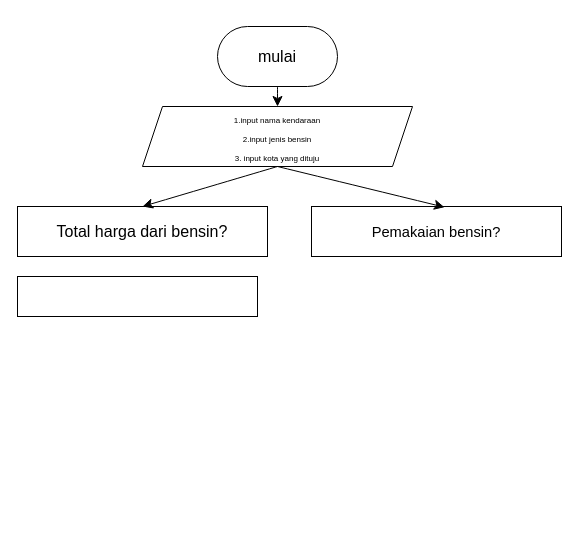
This is page "Page-1" (1 of 2) of Diagram Tanpa Judul.drawio from Ryandra-TI01/-TI01_Ryandra_DDP, a draw.io file, before an edit. Source tidied: cells renumbered, new cells numbered last; positions are measured from the earlier drawing's top-left corner, leaving out a move shared by most shapes. Both pictures are drawn from the tidied source at 100%, with x=0, y=0 at pixel (17, 26).
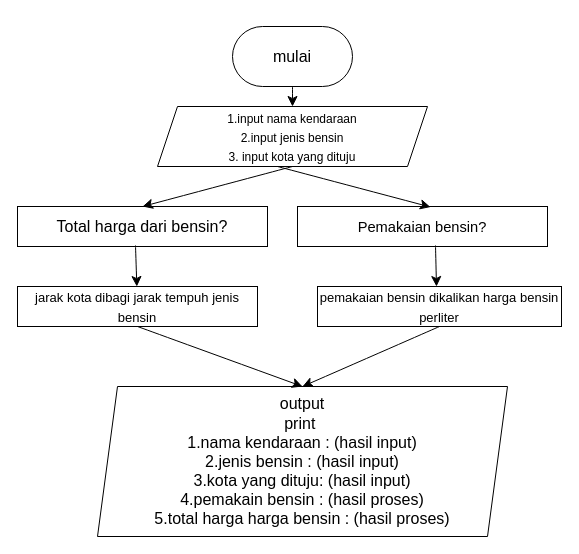
The same page after the edit.

Change to the diagram source:
```diff
@@
 <mxGraphModel>
   <root>
     <mxCell id="0" />
     <mxCell id="1" parent="0" />
     <mxCell id="2" value="mulai" style="rounded=1;whiteSpace=wrap;html=1;fontSize=16;arcSize=50;" parent="1" vertex="1">
-      <mxGeometry x="200" width="120" height="60" as="geometry" />
+      <mxGeometry x="215" width="120" height="60" as="geometry" />
     </mxCell>
-    <mxCell id="3" value="&lt;font style=&quot;font-size: 8px;&quot;&gt;1.input nama kendaraan&lt;br&gt;2.input jenis bensin&lt;br&gt;3. input kota yang dituju&lt;br&gt;&lt;/font&gt;" style="shape=parallelogram;perimeter=parallelogramPerimeter;whiteSpace=wrap;html=1;fixedSize=1;fontSize=16;" parent="1" vertex="1">
-      <mxGeometry x="125" y="80" width="270" height="60" as="geometry" />
+    <mxCell id="3" value="&lt;font style=&quot;font-size: 12px;&quot;&gt;1.input nama kendaraan&lt;br&gt;2.input jenis bensin&lt;br&gt;3. input kota yang dituju&lt;br&gt;&lt;/font&gt;" style="shape=parallelogram;perimeter=parallelogramPerimeter;whiteSpace=wrap;html=1;fixedSize=1;fontSize=16;" parent="1" vertex="1">
+      <mxGeometry x="140" y="80" width="270" height="60" as="geometry" />
     </mxCell>
     <mxCell id="4" style="endArrow=classic;html=1;rounded=0;fontSize=12;startSize=8;endSize=8;curved=1;entryX=0.5;entryY=0;entryDx=0;entryDy=0;" parent="1" edge="1" source="2" target="3">
       <mxGeometry relative="1" as="geometry" />
     </mxCell>
     <mxCell id="5" value="&lt;span id=&quot;docs-internal-guid-0278875a-7fff-57d9-e5d2-270e72f169c4&quot;&gt;Total harga dari bensin?&lt;/span&gt;" style="rounded=0;whiteSpace=wrap;html=1;fontSize=16;" parent="1" vertex="1">
-      <mxGeometry y="180" width="250" height="50" as="geometry" />
+      <mxGeometry y="180" width="250" height="40" as="geometry" />
     </mxCell>
     <mxCell id="6" style="endArrow=classic;html=1;rounded=0;fontSize=12;startSize=8;endSize=8;curved=1;exitX=0.5;exitY=1;exitDx=0;exitDy=0;entryX=0.5;entryY=0;entryDx=0;entryDy=0;" parent="1" edge="1" source="3" target="5">
       <mxGeometry relative="1" as="geometry" />
     </mxCell>
     <mxCell id="7" style="edgeStyle=none;curved=1;rounded=0;orthogonalLoop=1;jettySize=auto;html=1;exitX=0;exitY=0;exitDx=0;exitDy=0;fontSize=12;startSize=8;endSize=8;" parent="1" edge="1" source="2" target="2">
       <mxGeometry relative="1" as="geometry" />
     </mxCell>
     <mxCell id="8" value="&lt;b id=&quot;docs-internal-guid-462453cf-7fff-cfa9-f9e9-5f868ac966bd&quot; style=&quot;font-weight:normal;&quot;&gt;&lt;span style=&quot;font-size: 11pt; font-family: Arial, sans-serif; color: rgb(0, 0, 0); background-color: transparent; font-weight: 400; font-style: normal; font-variant: normal; text-decoration: none; vertical-align: baseline;&quot;&gt;Pemakaian bensin?&lt;/span&gt;&lt;/b&gt;" style="rounded=0;whiteSpace=wrap;html=1;fontSize=16;" parent="1" vertex="1">
-      <mxGeometry x="294" y="180" width="250" height="50" as="geometry" />
+      <mxGeometry x="280" y="180" width="250" height="40" as="geometry" />
     </mxCell>
     <mxCell id="9" style="endArrow=classic;html=1;rounded=0;fontSize=12;startSize=8;endSize=8;curved=1;entryX=0.532;entryY=0.014;entryDx=0;entryDy=0;entryPerimeter=0;" parent="1" edge="1" target="8">
       <mxGeometry relative="1" as="geometry">
         <mxPoint x="260" y="140" as="sourcePoint" />
       </mxGeometry>
     </mxCell>
-    <mxCell id="10" value="&lt;span id=&quot;docs-internal-guid-bc31dac8-7fff-da4b-b227-d37ce68a76ee&quot;&gt;&lt;/span&gt;" style="rounded=0;whiteSpace=wrap;html=1;fontSize=16;" parent="1" vertex="1">
-      <mxGeometry y="250" width="240" height="40" as="geometry" />
+    <mxCell id="10" value="&lt;font style=&quot;font-size: 13px;&quot;&gt;jarak kota dibagi jarak tempuh jenis bensin&lt;/font&gt;&lt;span id=&quot;docs-internal-guid-bc31dac8-7fff-da4b-b227-d37ce68a76ee&quot;&gt;&lt;/span&gt;" style="rounded=0;whiteSpace=wrap;html=1;fontSize=16;" parent="1" vertex="1">
+      <mxGeometry y="260" width="240" height="40" as="geometry" />
     </mxCell>
+    <mxCell id="11" style="endArrow=classic;html=1;rounded=0;fontSize=12;startSize=8;endSize=8;curved=1;exitX=0.472;exitY=0.975;exitDx=0;exitDy=0;exitPerimeter=0;" parent="1" edge="1" source="5" target="10">
+      <mxGeometry relative="1" as="geometry" />
+    </mxCell>
+    <mxCell id="12" value="&lt;font style=&quot;font-size: 13px;&quot;&gt;pemakaian bensin dikalikan harga bensin perliter&lt;/font&gt;&lt;span id=&quot;docs-internal-guid-bc31dac8-7fff-da4b-b227-d37ce68a76ee&quot;&gt;&lt;/span&gt;" style="rounded=0;whiteSpace=wrap;html=1;fontSize=16;" parent="1" vertex="1">
+      <mxGeometry x="300" y="260" width="244" height="40" as="geometry" />
+    </mxCell>
+    <mxCell id="13" value="&lt;font style=&quot;font-size: 16px;&quot;&gt;output &lt;br&gt;print&amp;nbsp;&lt;br&gt;1.nama kendaraan : (hasil input)&lt;br&gt;2.jenis bensin : (hasil input)&lt;br&gt;3.kota yang dituju: (hasil input)&lt;br&gt;4.pemakain bensin : (hasil proses)&lt;br&gt;5.total harga harga bensin : (hasil proses)&lt;br&gt;&lt;/font&gt;" style="shape=parallelogram;perimeter=parallelogramPerimeter;whiteSpace=wrap;html=1;fixedSize=1;fontSize=16;" parent="1" vertex="1">
+      <mxGeometry x="80" y="360" width="410" height="150" as="geometry" />
+    </mxCell>
+    <mxCell id="14" style="endArrow=classic;html=1;rounded=0;fontSize=12;startSize=8;endSize=8;curved=1;exitX=0.5;exitY=1;exitDx=0;exitDy=0;entryX=0.5;entryY=0;entryDx=0;entryDy=0;" parent="1" edge="1" source="10" target="13">
+      <mxGeometry relative="1" as="geometry" />
+    </mxCell>
+    <mxCell id="15" style="endArrow=classic;html=1;rounded=0;fontSize=12;startSize=8;endSize=8;curved=1;exitX=0.5;exitY=1;exitDx=0;exitDy=0;entryX=0.5;entryY=0;entryDx=0;entryDy=0;" parent="1" edge="1" source="12" target="13">
+      <mxGeometry relative="1" as="geometry" />
+    </mxCell>
+    <mxCell id="16" style="endArrow=classic;html=1;rounded=0;fontSize=12;startSize=8;endSize=8;curved=1;exitX=0.472;exitY=0.975;exitDx=0;exitDy=0;exitPerimeter=0;" parent="1" edge="1">
+      <mxGeometry relative="1" as="geometry">
+        <mxPoint x="418" y="219" as="sourcePoint" />
+        <mxPoint x="419" y="260" as="targetPoint" />
+      </mxGeometry>
+    </mxCell>
   </root>
 </mxGraphModel>
```
